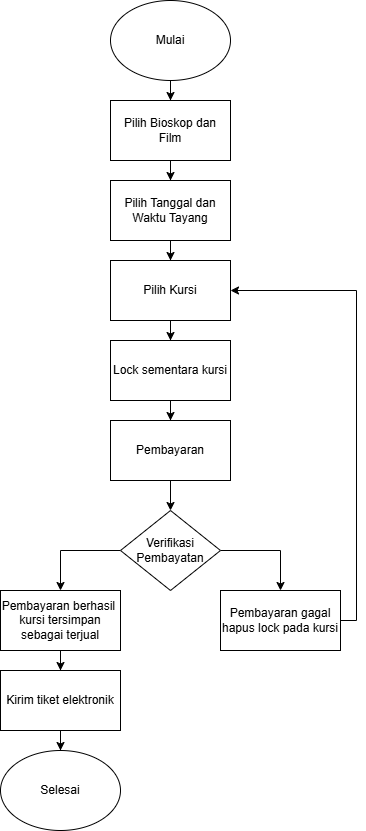
Sandhya-Pratama/bioskop-api keeps this draw.io diagram as docs/Flowchart pembelian tiker.drawio.png. Above is the earlier version. Source tidied: cells renumbered, new cells last; positions are measured from the earlier drawing's top-left corner, leaving out a move shared by most shapes. The source it was exported from:
```xml
<mxGraphModel>
  <root>
    <mxCell id="0" />
    <mxCell id="1" parent="0" />
    <mxCell id="2" style="edgeStyle=orthogonalEdgeStyle;rounded=0;jettySize=auto;html=1;entryX=0.5;entryY=0;entryDx=0;entryDy=0;" parent="1" edge="1" source="3" target="8">
      <mxGeometry relative="1" as="geometry" />
    </mxCell>
    <mxCell id="3" value="Mulai" style="ellipse;whiteSpace=wrap;html=1;" parent="1" vertex="1">
      <mxGeometry x="110" width="120" height="80" as="geometry" />
    </mxCell>
    <mxCell id="4" style="edgeStyle=orthogonalEdgeStyle;rounded=0;jettySize=auto;html=1;entryX=0.5;entryY=0;entryDx=0;entryDy=0;" parent="1" edge="1" source="6" target="20">
      <mxGeometry relative="1" as="geometry">
        <Array as="points">
          <mxPoint x="280" y="550" />
        </Array>
      </mxGeometry>
    </mxCell>
    <mxCell id="5" style="edgeStyle=orthogonalEdgeStyle;rounded=0;jettySize=auto;html=1;entryX=0.5;entryY=0;entryDx=0;entryDy=0;" parent="1" edge="1" source="6" target="18">
      <mxGeometry relative="1" as="geometry">
        <Array as="points">
          <mxPoint x="60" y="550" />
        </Array>
      </mxGeometry>
    </mxCell>
    <mxCell id="6" value="Verifikasi Pembayatan" style="rhombus;whiteSpace=wrap;html=1;" parent="1" vertex="1">
      <mxGeometry x="120" y="510" width="100" height="80" as="geometry" />
    </mxCell>
    <mxCell id="7" style="edgeStyle=orthogonalEdgeStyle;rounded=0;jettySize=auto;html=1;entryX=0.5;entryY=0;entryDx=0;entryDy=0;" parent="1" edge="1" source="8" target="10">
      <mxGeometry relative="1" as="geometry" />
    </mxCell>
    <mxCell id="8" value="Pilih Bioskop dan Film" style="rounded=0;whiteSpace=wrap;html=1;" parent="1" vertex="1">
      <mxGeometry x="110" y="100" width="120" height="60" as="geometry" />
    </mxCell>
    <mxCell id="9" style="edgeStyle=orthogonalEdgeStyle;rounded=0;jettySize=auto;html=1;entryX=0.5;entryY=0;entryDx=0;entryDy=0;" parent="1" edge="1" source="10" target="12">
      <mxGeometry relative="1" as="geometry" />
    </mxCell>
    <mxCell id="10" value="Pilih Tanggal dan Waktu Tayang" style="rounded=0;whiteSpace=wrap;html=1;" parent="1" vertex="1">
      <mxGeometry x="110" y="180" width="120" height="60" as="geometry" />
    </mxCell>
    <mxCell id="11" style="edgeStyle=orthogonalEdgeStyle;rounded=0;jettySize=auto;html=1;entryX=0.5;entryY=0;entryDx=0;entryDy=0;" parent="1" edge="1" source="12" target="14">
      <mxGeometry relative="1" as="geometry" />
    </mxCell>
    <mxCell id="12" value="Pilih Kursi" style="rounded=0;whiteSpace=wrap;html=1;" parent="1" vertex="1">
      <mxGeometry x="110" y="260" width="120" height="60" as="geometry" />
    </mxCell>
    <mxCell id="13" style="edgeStyle=orthogonalEdgeStyle;rounded=0;jettySize=auto;html=1;entryX=0.5;entryY=0;entryDx=0;entryDy=0;" parent="1" edge="1" source="14" target="16">
      <mxGeometry relative="1" as="geometry" />
    </mxCell>
    <mxCell id="14" value="Lock sementara kursi" style="rounded=0;whiteSpace=wrap;html=1;" parent="1" vertex="1">
      <mxGeometry x="110" y="340" width="120" height="60" as="geometry" />
    </mxCell>
    <mxCell id="15" style="edgeStyle=orthogonalEdgeStyle;rounded=0;jettySize=auto;html=1;entryX=0.5;entryY=0;entryDx=0;entryDy=0;" parent="1" edge="1" source="16" target="6">
      <mxGeometry relative="1" as="geometry" />
    </mxCell>
    <mxCell id="16" value="Pembayaran" style="rounded=0;whiteSpace=wrap;html=1;" parent="1" vertex="1">
      <mxGeometry x="110" y="420" width="120" height="60" as="geometry" />
    </mxCell>
    <mxCell id="17" style="edgeStyle=orthogonalEdgeStyle;rounded=0;jettySize=auto;html=1;" parent="1" edge="1" source="18" target="22">
      <mxGeometry relative="1" as="geometry" />
    </mxCell>
    <mxCell id="18" value="Pembayaran berhasil&amp;nbsp;&lt;div&gt;kursi tersimpan sebagai terjual&lt;/div&gt;" style="rounded=0;whiteSpace=wrap;html=1;" parent="1" vertex="1">
      <mxGeometry y="590" width="120" height="60" as="geometry" />
    </mxCell>
    <mxCell id="19" style="edgeStyle=orthogonalEdgeStyle;rounded=0;jettySize=auto;html=1;entryX=1;entryY=0.5;entryDx=0;entryDy=0;" parent="1" edge="1" source="20" target="12">
      <mxGeometry relative="1" as="geometry">
        <Array as="points">
          <mxPoint x="356" y="620" />
          <mxPoint x="356" y="290" />
        </Array>
      </mxGeometry>
    </mxCell>
    <mxCell id="20" value="Pembayaran gagal hapus lock pada kursi" style="rounded=0;whiteSpace=wrap;html=1;" parent="1" vertex="1">
      <mxGeometry x="220" y="590" width="120" height="60" as="geometry" />
    </mxCell>
    <mxCell id="21" style="edgeStyle=orthogonalEdgeStyle;rounded=0;jettySize=auto;html=1;" parent="1" edge="1" source="22" target="23">
      <mxGeometry relative="1" as="geometry" />
    </mxCell>
    <mxCell id="22" value="Kirim tiket elektronik" style="rounded=0;whiteSpace=wrap;html=1;" parent="1" vertex="1">
      <mxGeometry y="670" width="120" height="60" as="geometry" />
    </mxCell>
    <mxCell id="23" value="Selesai" style="ellipse;whiteSpace=wrap;html=1;" parent="1" vertex="1">
      <mxGeometry y="750" width="120" height="80" as="geometry" />
    </mxCell>
  </root>
</mxGraphModel>
```
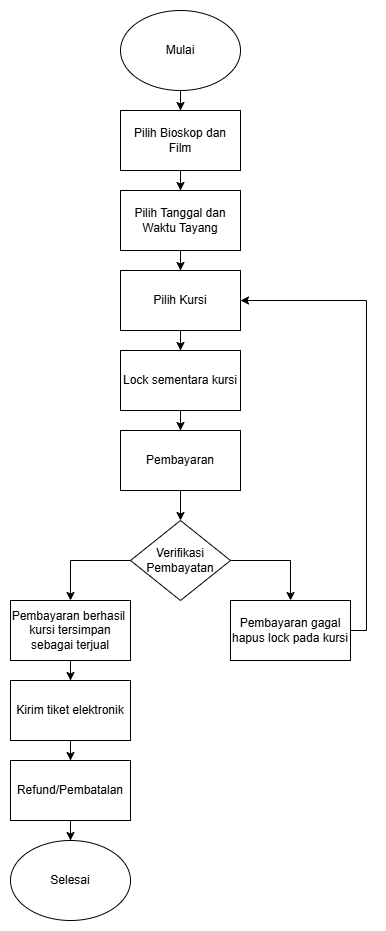
Above is the later version.

Change to the diagram source:
```diff
@@ -72,14 +72,20 @@
     <mxCell id="20" value="Pembayaran gagal hapus lock pada kursi" style="rounded=0;whiteSpace=wrap;html=1;" parent="1" vertex="1">
       <mxGeometry x="220" y="590" width="120" height="60" as="geometry" />
     </mxCell>
-    <mxCell id="21" style="edgeStyle=orthogonalEdgeStyle;rounded=0;jettySize=auto;html=1;" parent="1" edge="1" source="22" target="23">
+    <mxCell id="21" style="edgeStyle=orthogonalEdgeStyle;rounded=0;jettySize=auto;html=1;entryX=0.5;entryY=0;entryDx=0;entryDy=0;" parent="1" edge="1" source="22" target="25">
       <mxGeometry relative="1" as="geometry" />
     </mxCell>
     <mxCell id="22" value="Kirim tiket elektronik" style="rounded=0;whiteSpace=wrap;html=1;" parent="1" vertex="1">
       <mxGeometry y="670" width="120" height="60" as="geometry" />
     </mxCell>
     <mxCell id="23" value="Selesai" style="ellipse;whiteSpace=wrap;html=1;" parent="1" vertex="1">
-      <mxGeometry y="750" width="120" height="80" as="geometry" />
+      <mxGeometry y="830" width="120" height="80" as="geometry" />
     </mxCell>
+    <mxCell id="24" style="edgeStyle=orthogonalEdgeStyle;rounded=0;jettySize=auto;html=1;entryX=0.5;entryY=0;entryDx=0;entryDy=0;" parent="1" edge="1" source="25" target="23">
+      <mxGeometry relative="1" as="geometry" />
+    </mxCell>
+    <mxCell id="25" value="Refund/Pembatalan" style="rounded=0;whiteSpace=wrap;html=1;" parent="1" vertex="1">
+      <mxGeometry y="750" width="120" height="60" as="geometry" />
+    </mxCell>
   </root>
 </mxGraphModel>
```
